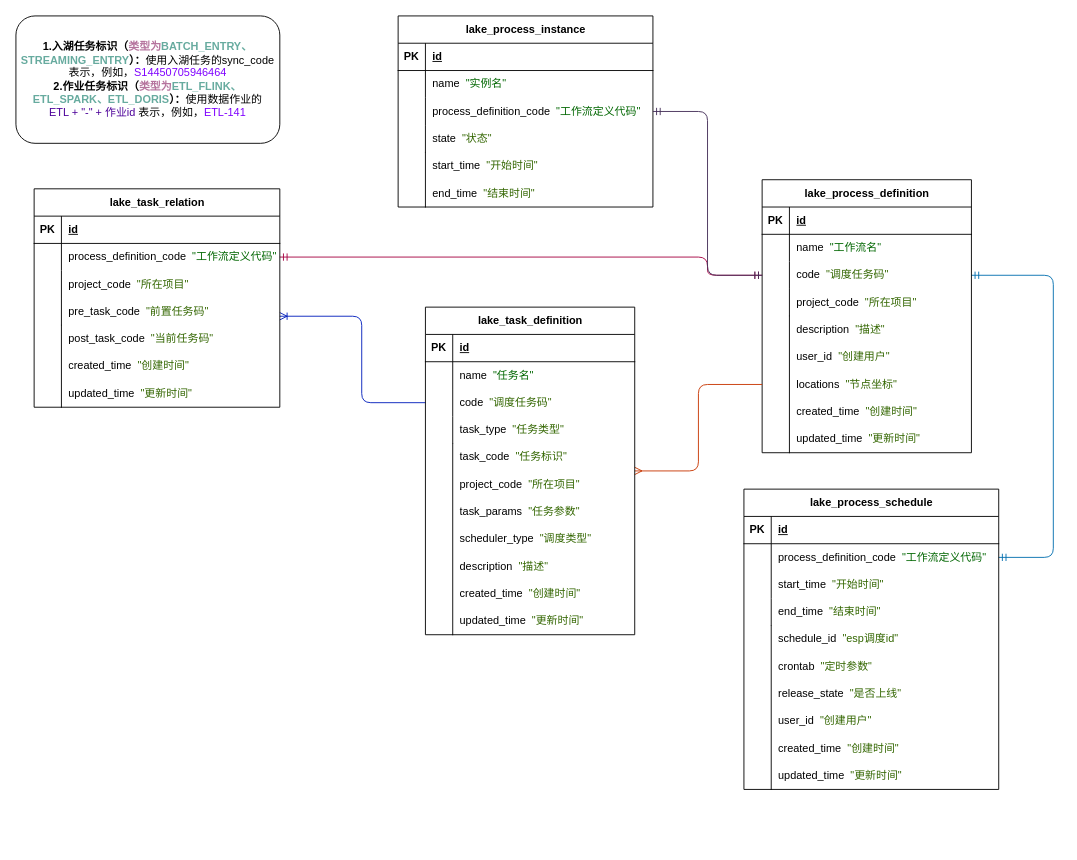
GorgeousU/draw.io keeps this draw.io diagram as page "入湖与作业任务依赖" (3 of 3) of 数据湖.drawio. Above is the earlier version. Source tidied: cells renumbered, new cells numbered last; positions are measured from the earlier drawing's top-left corner, leaving out a move shared by most shapes. Both pictures are drawn from the tidied source at 91%, with x=0, y=0 at pixel (15, 15).
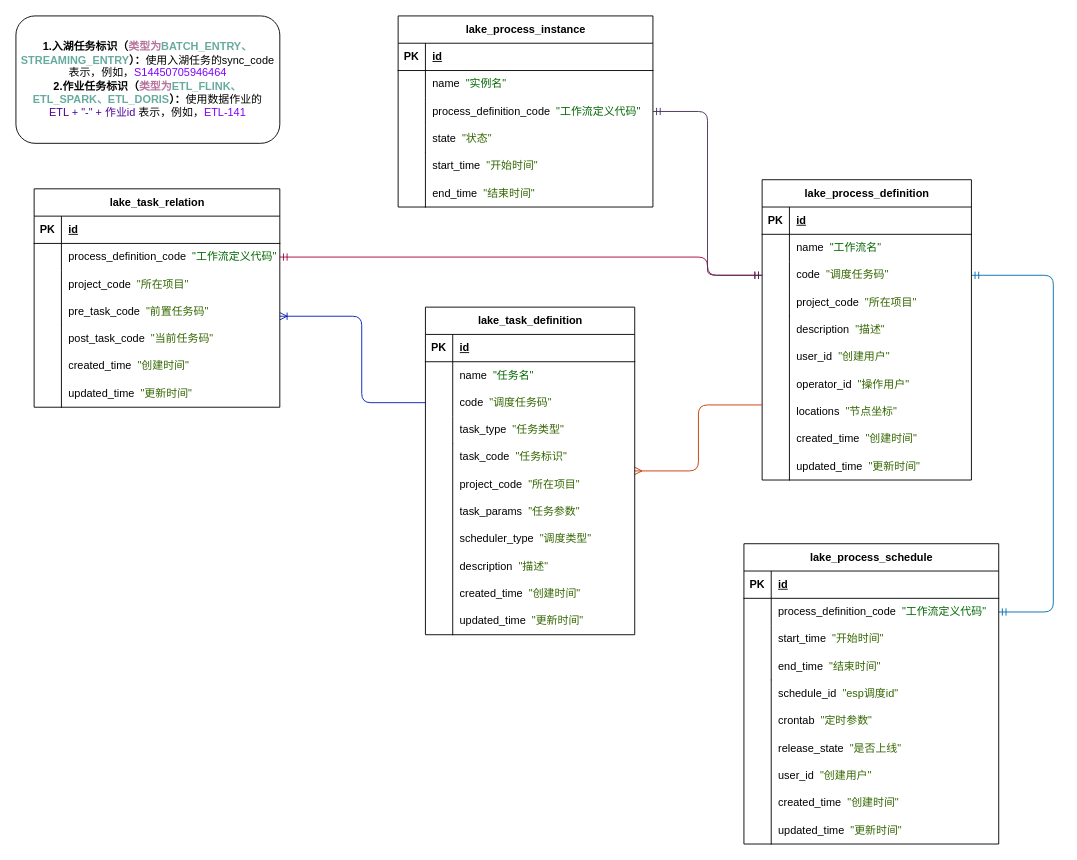
The same page after the edit.

Commit message:
更新数据湖.drawio

Unchanged cells that the change refers to:
```xml
<mxCell id="13" style="shape=tableRow;horizontal=0;startSize=0;swimlaneHead=0;swimlaneBody=0;fillColor=none;points=[[0,0.5],[1,0.5]];portConstraint=eastwest;top=0;left=0;right=0;bottom=0;" parent="6" vertex="1">
  <mxGeometry y="90" width="230" height="30" as="geometry" />
</mxCell>
<mxCell id="109" style="shape=tableRow;horizontal=0;startSize=0;swimlaneHead=0;swimlaneBody=0;fillColor=none;points=[[0,0.5],[1,0.5]];portConstraint=eastwest;top=0;left=0;right=0;bottom=0;" parent="105" vertex="1">
  <mxGeometry y="60" width="280" height="30" as="geometry" />
</mxCell>
```

What changed in the source:
```diff
@@
     <mxCell id="5" style="edgeStyle=orthogonalEdgeStyle;fontSize=12;html=1;endArrow=ERmandOne;startArrow=ERmandOne;rounded=1;exitX=1;exitY=0.5;exitDx=0;exitDy=0;entryX=1;entryY=0.5;entryDx=0;entryDy=0;fillColor=#1ba1e2;strokeColor=#006EAF;" parent="1" edge="1" source="109" target="13">
       <mxGeometry relative="1" as="geometry">
         <Array as="points">
-          <mxPoint x="1140" y="595" />
+          <mxPoint x="1140" y="655" />
           <mxPoint x="1140" y="285" />
         </Array>
       </mxGeometry>
     </mxCell>
     <mxCell id="6" value="lake_process_definition" style="shape=table;startSize=30;childLayout=tableLayout;rowLines=0;fontStyle=1;align=center;html=1;" parent="1" vertex="1">
-      <mxGeometry x="820" y="180" width="230" height="300" as="geometry" />
+      <mxGeometry x="820" y="180" width="230" height="330" as="geometry" />
     </mxCell>
@@
     <mxCell id="21" value="locations&amp;nbsp;&amp;nbsp;&lt;font color=&quot;#336600&quot;&gt;&quot;节点坐标&quot;&lt;/font&gt;" style="shape=partialRectangle;fillColor=none;top=0;left=0;bottom=0;right=0;align=left;spacingLeft=6;overflow=hidden;whiteSpace=wrap;html=1;" parent="1" vertex="1">
-      <mxGeometry x="850" y="390" width="160" height="30" as="geometry" />
+      <mxGeometry x="850" y="420" width="160" height="30" as="geometry" />
     </mxCell>
     <mxCell id="22" value="created_time&amp;nbsp;&amp;nbsp;&lt;font color=&quot;#336600&quot;&gt;&quot;创建时间&quot;&lt;/font&gt;" style="shape=partialRectangle;fillColor=none;top=0;left=0;bottom=0;right=0;align=left;spacingLeft=6;overflow=hidden;whiteSpace=wrap;html=1;" parent="1" vertex="1">
-      <mxGeometry x="850" y="420" width="160" height="30" as="geometry" />
+      <mxGeometry x="850" y="450" width="160" height="30" as="geometry" />
     </mxCell>
     <mxCell id="23" value="updated_time&amp;nbsp;&amp;nbsp;&lt;font color=&quot;#336600&quot;&gt;&quot;更新时间&quot;&lt;/font&gt;" style="shape=partialRectangle;fillColor=none;top=0;left=0;bottom=0;right=0;align=left;spacingLeft=6;overflow=hidden;whiteSpace=wrap;html=1;" parent="1" vertex="1">
-      <mxGeometry x="850" y="450" width="160" height="30" as="geometry" />
+      <mxGeometry x="850" y="480" width="160" height="30" as="geometry" />
     </mxCell>
     <mxCell id="24" style="shape=partialRectangle;fillColor=none;align=left;verticalAlign=middle;strokeColor=none;spacingLeft=34;" parent="1" vertex="1">
-      <mxGeometry x="840" y="330" width="30" height="150" as="geometry" />
+      <mxGeometry x="840" y="330" width="30" height="180" as="geometry" />
     </mxCell>
     <mxCell id="25" style="shape=partialRectangle;top=0;left=0;bottom=0;fillColor=none;stokeWidth=1;align=left;verticalAlign=middle;spacingLeft=4;spacingRight=4;overflow=hidden;" parent="24" vertex="1">
-      <mxGeometry width="10" height="150" as="geometry" />
+      <mxGeometry width="10" height="180" as="geometry" />
     </mxCell>
@@
     <mxCell id="104" style="group;" parent="1" vertex="1">
-      <mxGeometry x="800" y="520" width="280" height="330" as="geometry" />
+      <mxGeometry x="800" y="580" width="280" height="330" as="geometry" />
     </mxCell>
@@
+    <mxCell id="132" value="operator_id&amp;nbsp;&amp;nbsp;&lt;font color=&quot;#336600&quot;&gt;&quot;操作用户&quot;&lt;/font&gt;" style="shape=partialRectangle;fillColor=none;top=0;left=0;bottom=0;right=0;align=left;spacingLeft=6;overflow=hidden;whiteSpace=wrap;html=1;" parent="1" vertex="1">
+      <mxGeometry x="850" y="390" width="160" height="30" as="geometry" />
+    </mxCell>
```
